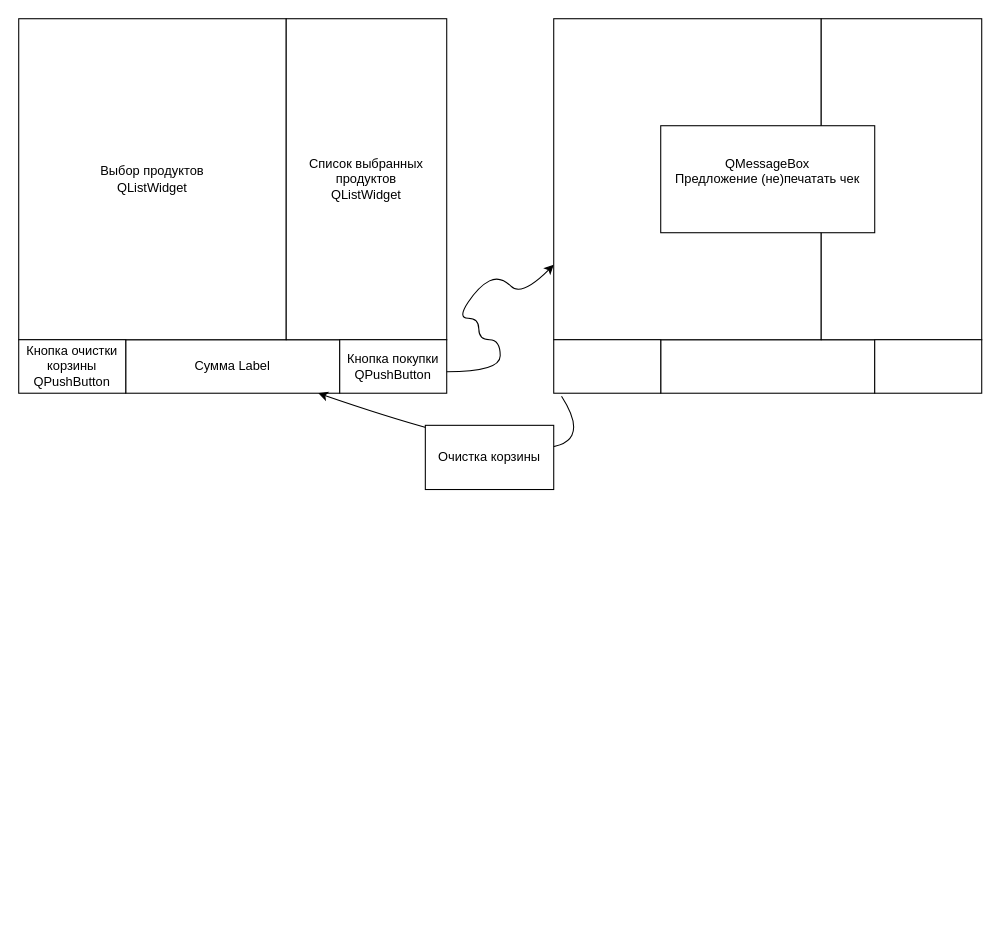
AntonVasko/python_tasks keeps this draw.io diagram as cassa/эскиз интерфейса.drawio. Above is the earlier version. Source tidied: cells renumbered, new cells numbered last; positions are measured from the earlier drawing's top-left corner, leaving out a move shared by most shapes. Both pictures are drawn from the tidied source at 107%, with x=0, y=0 at pixel (18, 18).
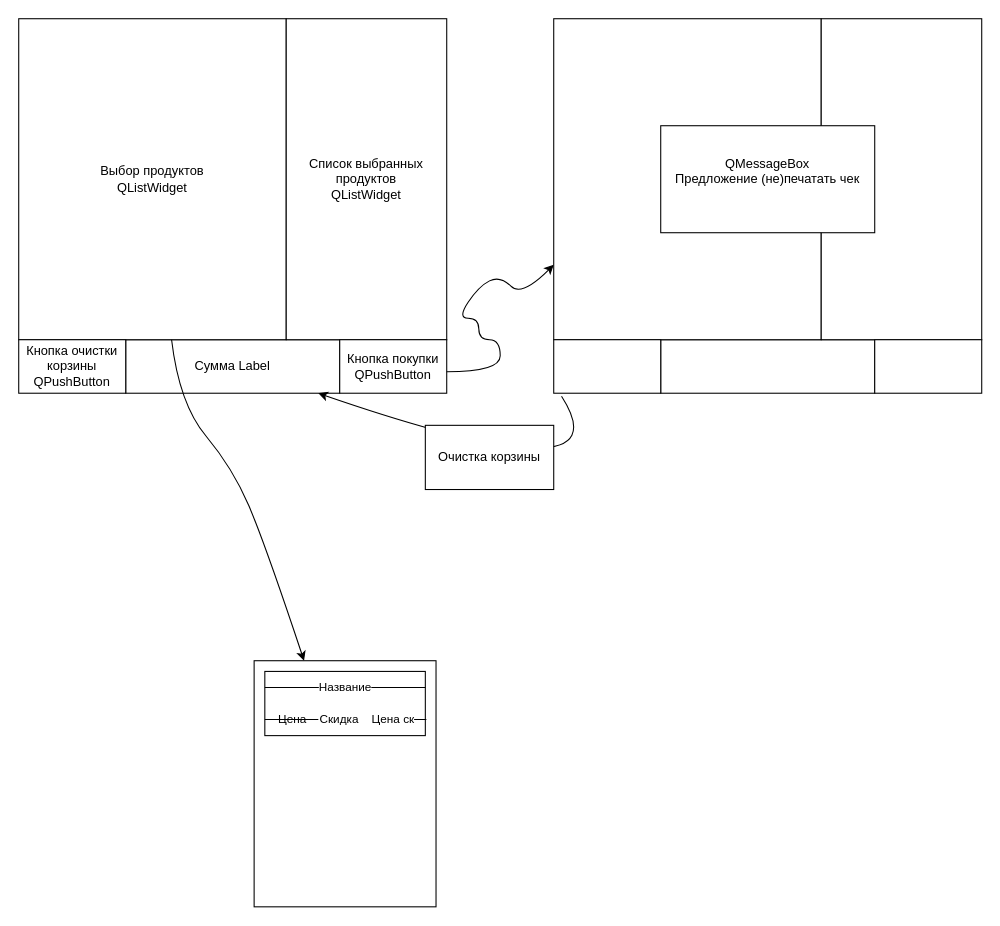
Above is the later version.

Unchanged cells that the change refers to:
```xml
<mxCell id="3" value="Выбор продуктов&lt;div&gt;QListWidget&lt;/div&gt;" style="rounded=0;whiteSpace=wrap;html=1;" parent="1" vertex="1">
  <mxGeometry width="250" height="300" as="geometry" />
</mxCell>
```

What changed in the source:
```diff
@@
+    <mxCell id="16" style="curved=1;endArrow=classic;html=1;rounded=0;" parent="1" edge="1" source="3" target="17">
+      <mxGeometry relative="1" as="geometry">
+        <Array as="points">
+          <mxPoint x="150" y="360" />
+          <mxPoint x="200" y="420" />
+          <mxPoint x="230" y="490" />
+        </Array>
+      </mxGeometry>
+    </mxCell>
+    <mxCell id="17" style="rounded=0;whiteSpace=wrap;html=1;" parent="1" vertex="1">
+      <mxGeometry x="220" y="600" width="170" height="230" as="geometry" />
+    </mxCell>
+    <mxCell id="18" style="rounded=0;whiteSpace=wrap;html=1;" parent="1" vertex="1">
+      <mxGeometry x="230" y="610" width="150" height="60" as="geometry" />
+    </mxCell>
+    <mxCell id="19" value="Название" style="endArrow=none;html=1;rounded=0;entryX=1;entryY=0.25;entryDx=0;entryDy=0;exitX=0;exitY=0.25;exitDx=0;exitDy=0;" parent="1" edge="1" source="18" target="18">
+      <mxGeometry relative="1" as="geometry" />
+    </mxCell>
+    <mxCell id="20" value="Цена&amp;nbsp; &amp;nbsp; Скидка&amp;nbsp; &amp;nbsp; Цена ск" style="endArrow=none;html=1;rounded=0;exitX=0;exitY=0.75;exitDx=0;exitDy=0;entryX=1;entryY=0.75;entryDx=0;entryDy=0;" parent="1" edge="1">
+      <mxGeometry relative="1" as="geometry">
+        <mxPoint x="231" y="655" as="sourcePoint" />
+        <mxPoint x="381" y="655" as="targetPoint" />
+      </mxGeometry>
+    </mxCell>
+    <mxCell id="21" style="endArrow=none;html=1;rounded=0;exitX=0;exitY=0.75;exitDx=0;exitDy=0;" parent="1" edge="1" source="18">
+      <mxGeometry relative="1" as="geometry">
+        <mxPoint x="280" y="655" as="targetPoint" />
+      </mxGeometry>
+    </mxCell>
```
